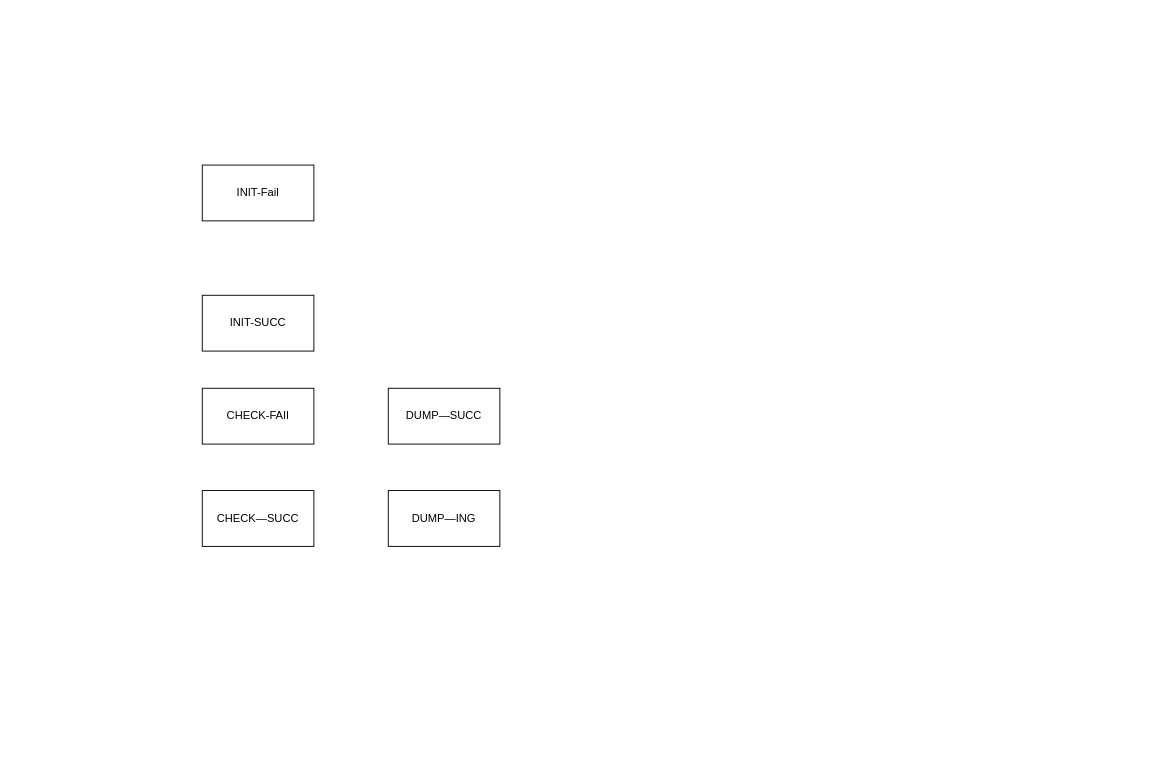
This is 环境状态流转.drawio from March-chen/drawio-project, a draw.io file, before an edit. Source tidied: cells renumbered, new cells numbered last; positions are measured from the earlier drawing's top-left corner, leaving out a move shared by most shapes. Both pictures are drawn from the tidied source at 93%, with x=0, y=0 at pixel (202, 165).
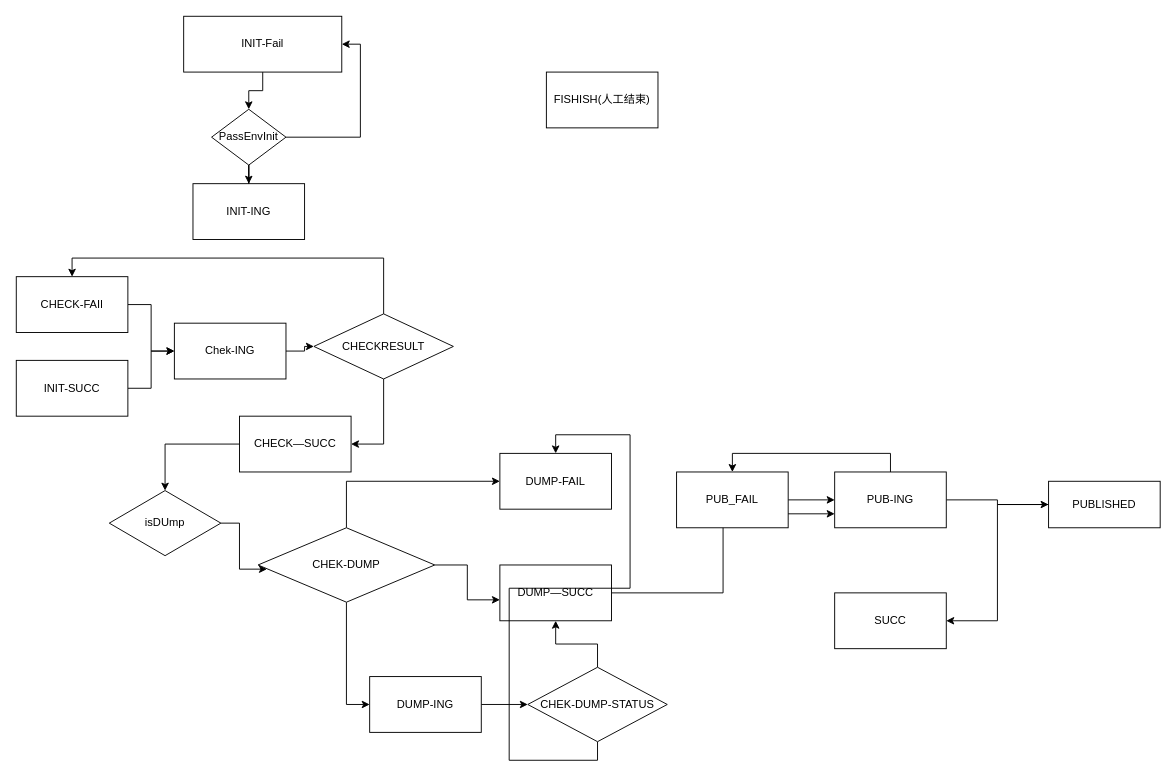
After the change.

Commit message (it also covers changes not shown here):
Update 环境状态流转.drawio

Change to the diagram source:
```diff
@@
+    <mxCell id="8" style="edgeStyle=orthogonalEdgeStyle;rounded=0;jettySize=auto;html=1;exitX=0.5;exitY=1;exitDx=0;exitDy=0;" parent="1" edge="1" source="2" target="20">
+      <mxGeometry relative="1" as="geometry" />
+    </mxCell>
     <mxCell id="2" value="INIT-Fail" style="rounded=0;whiteSpace=wrap;html=1;" parent="1" vertex="1">
-      <mxGeometry width="120" height="60" as="geometry" />
+      <mxGeometry x="-20" y="-160" width="170" height="60" as="geometry" />
     </mxCell>
+    <mxCell id="9" style="edgeStyle=orthogonalEdgeStyle;rounded=0;jettySize=auto;html=1;entryX=0;entryY=0.5;entryDx=0;entryDy=0;" parent="1" edge="1" source="3" target="22">
+      <mxGeometry relative="1" as="geometry" />
+    </mxCell>
     <mxCell id="3" value="INIT-SUCC" style="rounded=0;whiteSpace=wrap;html=1;" parent="1" vertex="1">
-      <mxGeometry y="140" width="120" height="60" as="geometry" />
+      <mxGeometry x="-200" y="210" width="120" height="60" as="geometry" />
     </mxCell>
+    <mxCell id="10" style="edgeStyle=orthogonalEdgeStyle;rounded=0;jettySize=auto;html=1;exitX=1;exitY=0.5;exitDx=0;exitDy=0;entryX=0;entryY=0.5;entryDx=0;entryDy=0;" parent="1" edge="1" source="4" target="22">
+      <mxGeometry relative="1" as="geometry" />
+    </mxCell>
     <mxCell id="4" value="CHECK-FAIl" style="rounded=0;whiteSpace=wrap;html=1;" parent="1" vertex="1">
-      <mxGeometry y="240" width="120" height="60" as="geometry" />
+      <mxGeometry x="-200" y="120" width="120" height="60" as="geometry" />
     </mxCell>
+    <mxCell id="11" style="edgeStyle=orthogonalEdgeStyle;rounded=0;jettySize=auto;html=1;exitX=0;exitY=0.5;exitDx=0;exitDy=0;entryX=0.5;entryY=0;entryDx=0;entryDy=0;" parent="1" edge="1" source="5" target="27">
+      <mxGeometry relative="1" as="geometry" />
+    </mxCell>
     <mxCell id="5" value="CHECK—SUCC" style="rounded=0;whiteSpace=wrap;html=1;" parent="1" vertex="1">
-      <mxGeometry y="350" width="120" height="60" as="geometry" />
+      <mxGeometry x="40" y="270" width="120" height="60" as="geometry" />
     </mxCell>
-    <mxCell id="6" value="DUMP—ING" style="rounded=0;whiteSpace=wrap;html=1;" parent="1" vertex="1">
-      <mxGeometry x="200" y="350" width="120" height="60" as="geometry" />
-    </mxCell>
+    <mxCell id="12" style="edgeStyle=orthogonalEdgeStyle;rounded=0;jettySize=auto;html=1;exitX=1;exitY=0.5;exitDx=0;exitDy=0;entryX=0;entryY=0.75;entryDx=0;entryDy=0;" parent="1" edge="1" source="7" target="42">
+      <mxGeometry relative="1" as="geometry" />
+    </mxCell>
     <mxCell id="7" value="DUMP—SUCC" style="rounded=0;whiteSpace=wrap;html=1;" parent="1" vertex="1">
-      <mxGeometry x="200" y="240" width="120" height="60" as="geometry" />
+      <mxGeometry x="320" y="430" width="120" height="60" as="geometry" />
     </mxCell>
+    <mxCell id="13" value="SUCC" style="rounded=0;whiteSpace=wrap;html=1;" parent="1" vertex="1">
+      <mxGeometry x="680" y="460" width="120" height="60" as="geometry" />
+    </mxCell>
+    <mxCell id="14" style="edgeStyle=orthogonalEdgeStyle;rounded=0;jettySize=auto;html=1;entryX=1;entryY=0.5;entryDx=0;entryDy=0;" parent="1" edge="1" source="15" target="13">
+      <mxGeometry relative="1" as="geometry" />
+    </mxCell>
+    <mxCell id="15" value="PUBLISHED" style="rounded=0;whiteSpace=wrap;html=1;" parent="1" vertex="1">
+      <mxGeometry x="910" y="340" width="120" height="50" as="geometry" />
+    </mxCell>
+    <mxCell id="16" value="INIT-ING" style="rounded=0;whiteSpace=wrap;html=1;" parent="1" vertex="1">
+      <mxGeometry x="-10" y="20" width="120" height="60" as="geometry" />
+    </mxCell>
+    <mxCell id="17" value="FISHISH(人工结束)" style="rounded=0;whiteSpace=wrap;html=1;" parent="1" vertex="1">
+      <mxGeometry x="370" y="-100" width="120" height="60" as="geometry" />
+    </mxCell>
+    <mxCell id="18" style="edgeStyle=orthogonalEdgeStyle;rounded=0;jettySize=auto;html=1;" parent="1" edge="1" source="20" target="16">
+      <mxGeometry relative="1" as="geometry" />
+    </mxCell>
+    <mxCell id="19" style="edgeStyle=orthogonalEdgeStyle;rounded=0;jettySize=auto;html=1;exitX=1;exitY=0.5;exitDx=0;exitDy=0;entryX=1;entryY=0.5;entryDx=0;entryDy=0;" parent="1" edge="1" source="20" target="2">
+      <mxGeometry relative="1" as="geometry" />
+    </mxCell>
+    <mxCell id="20" value="PassEnvInit" style="rhombus;whiteSpace=wrap;html=1;" parent="1" vertex="1">
+      <mxGeometry x="10" y="-60" width="80" height="60" as="geometry" />
+    </mxCell>
+    <mxCell id="21" style="edgeStyle=orthogonalEdgeStyle;rounded=0;jettySize=auto;html=1;" parent="1" edge="1" source="22" target="25">
+      <mxGeometry relative="1" as="geometry" />
+    </mxCell>
+    <mxCell id="22" value="Chek-ING" style="rounded=0;whiteSpace=wrap;html=1;" parent="1" vertex="1">
+      <mxGeometry x="-30" y="170" width="120" height="60" as="geometry" />
+    </mxCell>
+    <mxCell id="23" style="edgeStyle=orthogonalEdgeStyle;rounded=0;jettySize=auto;html=1;entryX=1;entryY=0.5;entryDx=0;entryDy=0;" parent="1" edge="1" source="25" target="5">
+      <mxGeometry relative="1" as="geometry" />
+    </mxCell>
+    <mxCell id="24" style="edgeStyle=orthogonalEdgeStyle;rounded=0;jettySize=auto;html=1;exitX=0.5;exitY=0;exitDx=0;exitDy=0;entryX=0.5;entryY=0;entryDx=0;entryDy=0;" parent="1" edge="1" source="25" target="4">
+      <mxGeometry relative="1" as="geometry" />
+    </mxCell>
+    <mxCell id="25" value="CHECKRESULT" style="rhombus;whiteSpace=wrap;html=1;" parent="1" vertex="1">
+      <mxGeometry x="120" y="160" width="150" height="70" as="geometry" />
+    </mxCell>
+    <mxCell id="26" style="edgeStyle=orthogonalEdgeStyle;rounded=0;jettySize=auto;html=1;exitX=1;exitY=0.5;exitDx=0;exitDy=0;entryX=0.05;entryY=0.556;entryDx=0;entryDy=0;entryPerimeter=0;" parent="1" edge="1" source="27" target="31">
+      <mxGeometry relative="1" as="geometry" />
+    </mxCell>
+    <mxCell id="27" value="isDUmp" style="rhombus;whiteSpace=wrap;html=1;" parent="1" vertex="1">
+      <mxGeometry x="-100" y="350" width="120" height="70" as="geometry" />
+    </mxCell>
+    <mxCell id="28" style="edgeStyle=orthogonalEdgeStyle;rounded=0;jettySize=auto;html=1;entryX=0;entryY=0.625;entryDx=0;entryDy=0;entryPerimeter=0;" parent="1" edge="1" source="31" target="7">
+      <mxGeometry relative="1" as="geometry" />
+    </mxCell>
+    <mxCell id="29" style="edgeStyle=orthogonalEdgeStyle;rounded=0;jettySize=auto;html=1;exitX=0.5;exitY=0;exitDx=0;exitDy=0;entryX=0;entryY=0.5;entryDx=0;entryDy=0;" parent="1" edge="1" source="31" target="32">
+      <mxGeometry relative="1" as="geometry" />
+    </mxCell>
+    <mxCell id="30" style="edgeStyle=orthogonalEdgeStyle;rounded=0;jettySize=auto;html=1;entryX=0;entryY=0.5;entryDx=0;entryDy=0;" parent="1" edge="1" source="31" target="34">
+      <mxGeometry relative="1" as="geometry" />
+    </mxCell>
+    <mxCell id="31" value="CHEK-DUMP" style="rhombus;whiteSpace=wrap;html=1;" parent="1" vertex="1">
+      <mxGeometry x="60" y="390" width="190" height="80" as="geometry" />
+    </mxCell>
+    <mxCell id="32" value="DUMP-FAIL" style="rounded=0;whiteSpace=wrap;html=1;" parent="1" vertex="1">
+      <mxGeometry x="320" y="310" width="120" height="60" as="geometry" />
+    </mxCell>
+    <mxCell id="33" style="edgeStyle=orthogonalEdgeStyle;rounded=0;jettySize=auto;html=1;exitX=1;exitY=0.5;exitDx=0;exitDy=0;" parent="1" edge="1" source="34" target="37">
+      <mxGeometry relative="1" as="geometry" />
+    </mxCell>
+    <mxCell id="34" value="DUMP-ING" style="rounded=0;whiteSpace=wrap;html=1;" parent="1" vertex="1">
+      <mxGeometry x="180" y="550" width="120" height="60" as="geometry" />
+    </mxCell>
+    <mxCell id="35" style="edgeStyle=orthogonalEdgeStyle;rounded=0;jettySize=auto;html=1;" parent="1" edge="1" source="37" target="7">
+      <mxGeometry relative="1" as="geometry" />
+    </mxCell>
+    <mxCell id="36" style="edgeStyle=orthogonalEdgeStyle;rounded=0;jettySize=auto;html=1;exitX=0.5;exitY=1;exitDx=0;exitDy=0;entryX=0.5;entryY=0;entryDx=0;entryDy=0;" parent="1" edge="1" source="37" target="32">
+      <mxGeometry relative="1" as="geometry" />
+    </mxCell>
+    <mxCell id="37" value="CHEK-DUMP-STATUS&lt;br&gt;" style="rhombus;whiteSpace=wrap;html=1;" parent="1" vertex="1">
+      <mxGeometry x="350" y="540" width="150" height="80" as="geometry" />
+    </mxCell>
+    <mxCell id="38" style="edgeStyle=orthogonalEdgeStyle;rounded=0;jettySize=auto;html=1;exitX=1;exitY=0.5;exitDx=0;exitDy=0;entryX=0;entryY=0.5;entryDx=0;entryDy=0;" parent="1" edge="1" source="39" target="42">
+      <mxGeometry relative="1" as="geometry" />
+    </mxCell>
+    <mxCell id="39" value="PUB_FAIL" style="rounded=0;whiteSpace=wrap;html=1;" parent="1" vertex="1">
+      <mxGeometry x="510" y="330" width="120" height="60" as="geometry" />
+    </mxCell>
+    <mxCell id="40" style="edgeStyle=orthogonalEdgeStyle;rounded=0;jettySize=auto;html=1;exitX=0.5;exitY=0;exitDx=0;exitDy=0;entryX=0.5;entryY=0;entryDx=0;entryDy=0;" parent="1" edge="1" source="42" target="39">
+      <mxGeometry relative="1" as="geometry" />
+    </mxCell>
+    <mxCell id="41" style="edgeStyle=orthogonalEdgeStyle;rounded=0;jettySize=auto;html=1;exitX=1;exitY=0.5;exitDx=0;exitDy=0;entryX=0;entryY=0.5;entryDx=0;entryDy=0;" parent="1" edge="1" source="42" target="15">
+      <mxGeometry relative="1" as="geometry" />
+    </mxCell>
+    <mxCell id="42" value="PUB-ING" style="rounded=0;whiteSpace=wrap;html=1;" parent="1" vertex="1">
+      <mxGeometry x="680" y="330" width="120" height="60" as="geometry" />
+    </mxCell>
+    <mxCell id="43" style="edgeStyle=orthogonalEdgeStyle;rounded=0;orthogonalLoop=1;jettySize=auto;html=1;exitX=0.5;exitY=1;exitDx=0;exitDy=0;" parent="1" edge="1" source="42" target="42">
+      <mxGeometry relative="1" as="geometry" />
+    </mxCell>
```
